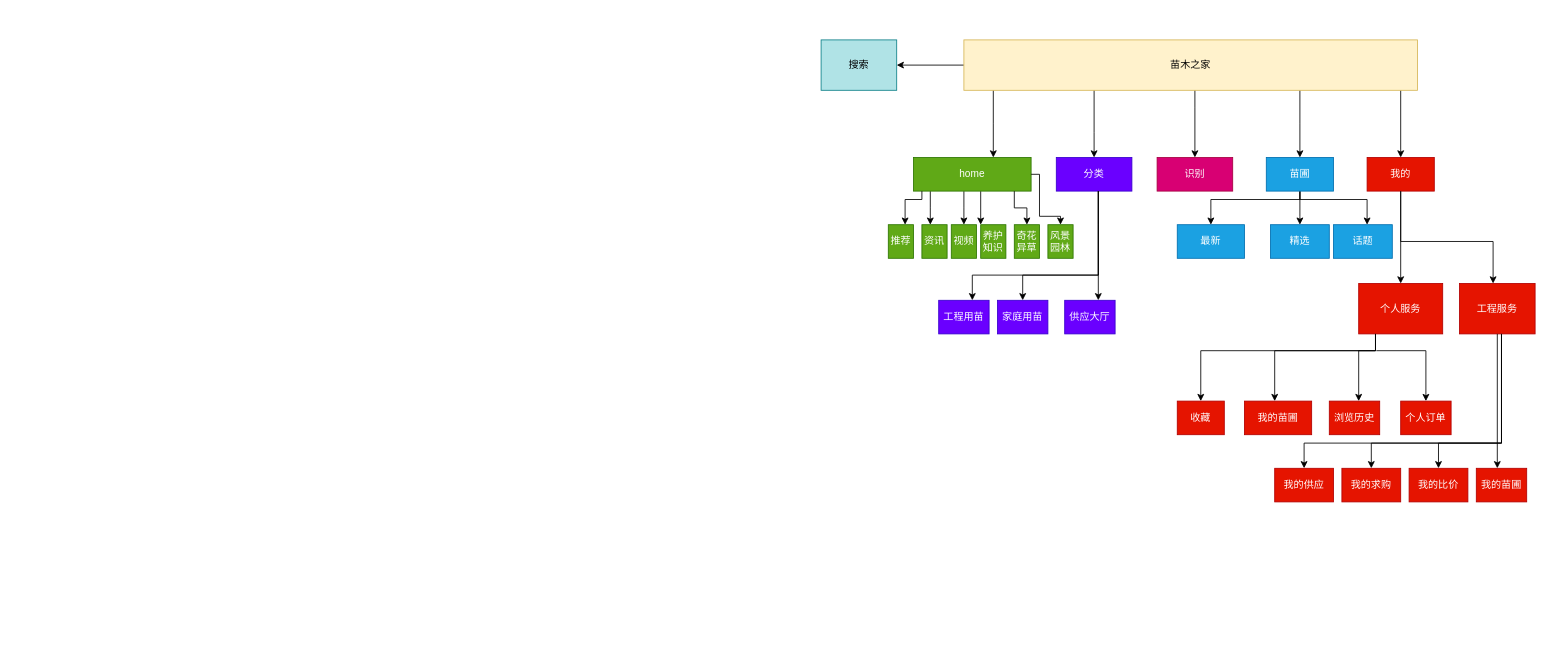
The draw.io diagram 未命名绘图.drawio in kookwe/learn, before the edit. Source tidied: cells renumbered, new cells numbered last; positions are measured from the earlier drawing's top-left corner, leaving out a move shared by most shapes. Both pictures are drawn from the tidied source at 84%, with x=0, y=0 at pixel (821, 39).
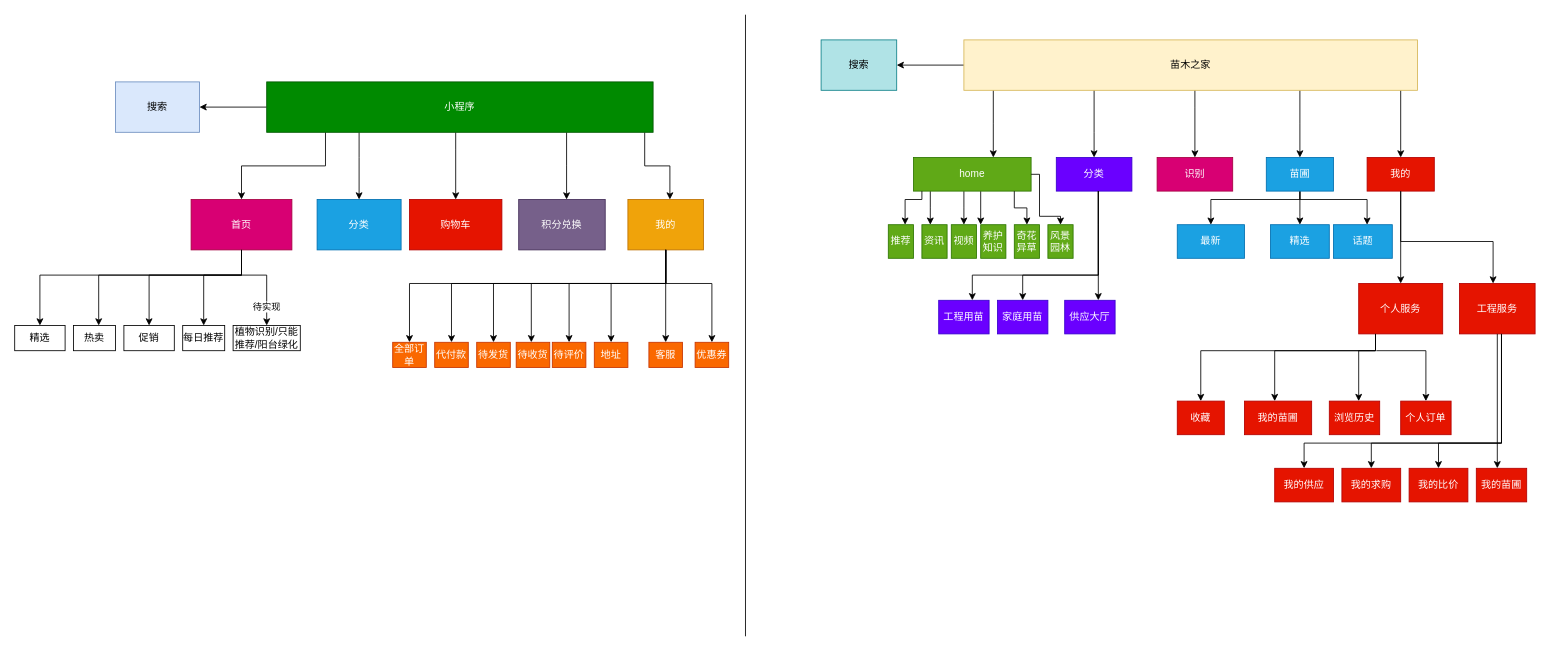
The same page after the edit.

Diff of the diagram source:
```diff
@@
+    <mxCell id="59" style="edgeStyle=orthogonalEdgeStyle;rounded=0;jettySize=auto;html=1;" parent="1" edge="1" source="65" target="73">
+      <mxGeometry relative="1" as="geometry">
+        <Array as="points">
+          <mxPoint x="-590" y="150" />
+          <mxPoint x="-690" y="150" />
+        </Array>
+      </mxGeometry>
+    </mxCell>
+    <mxCell id="60" style="edgeStyle=orthogonalEdgeStyle;rounded=0;jettySize=auto;html=1;" parent="1" edge="1" source="65" target="69">
+      <mxGeometry relative="1" as="geometry">
+        <Array as="points">
+          <mxPoint x="-550" y="140" />
+          <mxPoint x="-550" y="140" />
+        </Array>
+      </mxGeometry>
+    </mxCell>
+    <mxCell id="61" style="edgeStyle=orthogonalEdgeStyle;rounded=0;jettySize=auto;html=1;" parent="1" edge="1" source="65" target="68">
+      <mxGeometry relative="1" as="geometry">
+        <Array as="points">
+          <mxPoint x="-303" y="150" />
+          <mxPoint x="-303" y="150" />
+        </Array>
+      </mxGeometry>
+    </mxCell>
+    <mxCell id="62" style="edgeStyle=orthogonalEdgeStyle;rounded=0;jettySize=auto;html=1;" parent="1" edge="1" source="65" target="67">
+      <mxGeometry relative="1" as="geometry">
+        <Array as="points">
+          <mxPoint x="-435" y="130" />
+          <mxPoint x="-435" y="130" />
+        </Array>
+      </mxGeometry>
+    </mxCell>
+    <mxCell id="63" style="edgeStyle=orthogonalEdgeStyle;rounded=0;jettySize=auto;html=1;" parent="1" edge="1" source="65" target="76">
+      <mxGeometry relative="1" as="geometry">
+        <Array as="points">
+          <mxPoint x="-210" y="150" />
+          <mxPoint x="-180" y="150" />
+        </Array>
+      </mxGeometry>
+    </mxCell>
+    <mxCell id="64" style="edgeStyle=orthogonalEdgeStyle;rounded=0;jettySize=auto;html=1;" parent="1" edge="1" source="65" target="66">
+      <mxGeometry relative="1" as="geometry" />
+    </mxCell>
+    <mxCell id="65" value="小程序" style="rounded=0;whiteSpace=wrap;html=1;fillColor=#008a00;strokeColor=#005700;fontColor=#ffffff;" parent="1" vertex="1">
+      <mxGeometry x="-660" y="50" width="460" height="60" as="geometry" />
+    </mxCell>
+    <mxCell id="66" value="搜索" style="rounded=0;whiteSpace=wrap;html=1;fillColor=#dae8fc;strokeColor=#6c8ebf;" parent="1" vertex="1">
+      <mxGeometry x="-840" y="50" width="100" height="60" as="geometry" />
+    </mxCell>
+    <mxCell id="67" value="购物车" style="rounded=0;whiteSpace=wrap;html=1;fillColor=#e51400;strokeColor=#B20000;fontColor=#ffffff;" parent="1" vertex="1">
+      <mxGeometry x="-490" y="190" width="110" height="60" as="geometry" />
+    </mxCell>
+    <mxCell id="68" value="积分兑换" style="rounded=0;whiteSpace=wrap;html=1;fillColor=#76608a;strokeColor=#432D57;fontColor=#ffffff;" parent="1" vertex="1">
+      <mxGeometry x="-360" y="190" width="103" height="60" as="geometry" />
+    </mxCell>
+    <mxCell id="69" value="分类" style="rounded=0;whiteSpace=wrap;html=1;fillColor=#1ba1e2;strokeColor=#006EAF;fontColor=#ffffff;" parent="1" vertex="1">
+      <mxGeometry x="-600" y="190" width="100" height="60" as="geometry" />
+    </mxCell>
+    <mxCell id="70" style="edgeStyle=orthogonalEdgeStyle;rounded=0;jettySize=auto;html=1;" parent="1" edge="1" source="73" target="79">
+      <mxGeometry relative="1" as="geometry">
+        <Array as="points">
+          <mxPoint x="-690" y="280" />
+          <mxPoint x="-735" y="280" />
+        </Array>
+      </mxGeometry>
+    </mxCell>
+    <mxCell id="71" style="edgeStyle=orthogonalEdgeStyle;rounded=0;jettySize=auto;html=1;" parent="1" edge="1" source="73" target="74">
+      <mxGeometry relative="1" as="geometry">
+        <Array as="points">
+          <mxPoint x="-690" y="280" />
+          <mxPoint x="-660" y="280" />
+        </Array>
+      </mxGeometry>
+    </mxCell>
+    <mxCell id="72" value="待实现" style="edgeLabel;html=1;align=center;verticalAlign=middle;" parent="71" vertex="1">
+      <mxGeometry x="0.62" y="-1" relative="1" as="geometry" />
+    </mxCell>
+    <mxCell id="73" value="首页" style="rounded=0;whiteSpace=wrap;html=1;fillColor=#d80073;strokeColor=#A50040;fontColor=#ffffff;" parent="1" vertex="1">
+      <mxGeometry x="-750" y="190" width="120" height="60" as="geometry" />
+    </mxCell>
+    <mxCell id="74" value="植物识别/只能推荐/阳台绿化" style="rounded=0;whiteSpace=wrap;html=1;" parent="1" vertex="1">
+      <mxGeometry x="-700" y="340" width="80" height="30" as="geometry" />
+    </mxCell>
+    <mxCell id="75" style="edgeStyle=orthogonalEdgeStyle;rounded=0;jettySize=auto;html=1;" parent="1" edge="1" source="76" target="77">
+      <mxGeometry relative="1" as="geometry" />
+    </mxCell>
+    <mxCell id="76" value="我的" style="rounded=0;whiteSpace=wrap;html=1;fillColor=#f0a30a;strokeColor=#BD7000;fontColor=#ffffff;" parent="1" vertex="1">
+      <mxGeometry x="-230" y="190" width="90" height="60" as="geometry" />
+    </mxCell>
+    <mxCell id="77" value="客服" style="rounded=0;whiteSpace=wrap;html=1;fillColor=#fa6800;strokeColor=#C73500;fontColor=#ffffff;" parent="1" vertex="1">
+      <mxGeometry x="-205" y="360" width="40" height="30" as="geometry" />
+    </mxCell>
+    <mxCell id="78" style="endArrow=none;html=1;" parent="1" edge="1">
+      <mxGeometry relative="1" as="geometry">
+        <mxPoint x="-90" y="710" as="sourcePoint" />
+        <mxPoint x="-90" y="-30" as="targetPoint" />
+      </mxGeometry>
+    </mxCell>
+    <mxCell id="79" value="每日推荐" style="rounded=0;whiteSpace=wrap;html=1;" parent="1" vertex="1">
+      <mxGeometry x="-760" y="340" width="50" height="30" as="geometry" />
+    </mxCell>
+    <mxCell id="80" style="edgeStyle=orthogonalEdgeStyle;rounded=0;jettySize=auto;html=1;entryX=0.5;entryY=0;entryDx=0;entryDy=0;" parent="1" edge="1" source="73" target="84">
+      <mxGeometry relative="1" as="geometry">
+        <Array as="points">
+          <mxPoint x="-690" y="280" />
+          <mxPoint x="-800" y="280" />
+        </Array>
+      </mxGeometry>
+    </mxCell>
+    <mxCell id="81" style="edgeStyle=orthogonalEdgeStyle;rounded=0;orthogonalLoop=1;jettySize=auto;html=1;" parent="1" edge="1">
+      <mxGeometry relative="1" as="geometry">
+        <mxPoint x="-690" y="250" as="sourcePoint" />
+        <mxPoint x="-930" y="340" as="targetPoint" />
+        <Array as="points">
+          <mxPoint x="-690" y="280" />
+          <mxPoint x="-930" y="280" />
+        </Array>
+      </mxGeometry>
+    </mxCell>
+    <mxCell id="82" value="精选" style="rounded=0;whiteSpace=wrap;html=1;" parent="1" vertex="1">
+      <mxGeometry x="-960" y="340" width="60" height="30" as="geometry" />
+    </mxCell>
+    <mxCell id="83" value="热卖" style="rounded=0;whiteSpace=wrap;html=1;" parent="1" vertex="1">
+      <mxGeometry x="-890" y="340" width="50" height="30" as="geometry" />
+    </mxCell>
+    <mxCell id="84" value="促销" style="rounded=0;whiteSpace=wrap;html=1;" parent="1" vertex="1">
+      <mxGeometry x="-830" y="340" width="60" height="30" as="geometry" />
+    </mxCell>
+    <mxCell id="85" style="edgeStyle=orthogonalEdgeStyle;rounded=0;orthogonalLoop=1;jettySize=auto;html=1;" parent="1" edge="1">
+      <mxGeometry relative="1" as="geometry">
+        <mxPoint x="-690" y="250" as="sourcePoint" />
+        <mxPoint x="-860" y="340" as="targetPoint" />
+        <Array as="points">
+          <mxPoint x="-690" y="280" />
+          <mxPoint x="-860" y="280" />
+          <mxPoint x="-860" y="340" />
+        </Array>
+      </mxGeometry>
+    </mxCell>
+    <mxCell id="86" style="edgeStyle=orthogonalEdgeStyle;rounded=0;jettySize=auto;html=1;" parent="1" edge="1" source="76">
+      <mxGeometry relative="1" as="geometry">
+        <mxPoint x="-490" y="360" as="targetPoint" />
+        <Array as="points">
+          <mxPoint x="-185" y="290" />
+          <mxPoint x="-490" y="290" />
+          <mxPoint x="-490" y="360" />
+        </Array>
+      </mxGeometry>
+    </mxCell>
+    <mxCell id="87" style="edgeStyle=orthogonalEdgeStyle;rounded=0;jettySize=auto;html=1;" parent="1" edge="1" source="76">
+      <mxGeometry relative="1" as="geometry">
+        <mxPoint x="-440" y="360" as="targetPoint" />
+        <Array as="points">
+          <mxPoint x="-185" y="290" />
+          <mxPoint x="-440" y="290" />
+          <mxPoint x="-440" y="360" />
+        </Array>
+      </mxGeometry>
+    </mxCell>
+    <mxCell id="88" style="edgeStyle=orthogonalEdgeStyle;rounded=0;jettySize=auto;html=1;" parent="1" edge="1" source="76">
+      <mxGeometry relative="1" as="geometry">
+        <mxPoint x="-130" y="360" as="targetPoint" />
+        <Array as="points">
+          <mxPoint x="-185" y="290" />
+          <mxPoint x="-130" y="290" />
+        </Array>
+      </mxGeometry>
+    </mxCell>
+    <mxCell id="89" value="全部订单" style="rounded=0;whiteSpace=wrap;html=1;fillColor=#fa6800;strokeColor=#C73500;fontColor=#ffffff;" parent="1" vertex="1">
+      <mxGeometry x="-510" y="360" width="40" height="30" as="geometry" />
+    </mxCell>
+    <mxCell id="90" value="代付款" style="rounded=0;whiteSpace=wrap;html=1;fillColor=#fa6800;strokeColor=#C73500;fontColor=#ffffff;" parent="1" vertex="1">
+      <mxGeometry x="-460" y="360" width="40" height="30" as="geometry" />
+    </mxCell>
+    <mxCell id="91" value="待发货" style="rounded=0;whiteSpace=wrap;html=1;fillColor=#fa6800;strokeColor=#C73500;fontColor=#ffffff;" parent="1" vertex="1">
+      <mxGeometry x="-410" y="360" width="40" height="30" as="geometry" />
+    </mxCell>
+    <mxCell id="92" style="edgeStyle=orthogonalEdgeStyle;rounded=0;jettySize=auto;html=1;" parent="1" edge="1" source="76">
+      <mxGeometry relative="1" as="geometry">
+        <mxPoint x="-390" y="360" as="targetPoint" />
+        <Array as="points">
+          <mxPoint x="-185" y="290" />
+          <mxPoint x="-390" y="290" />
+          <mxPoint x="-390" y="360" />
+        </Array>
+      </mxGeometry>
+    </mxCell>
+    <mxCell id="93" style="edgeStyle=orthogonalEdgeStyle;rounded=0;jettySize=auto;html=1;exitX=0.5;exitY=1;exitDx=0;exitDy=0;" parent="1" edge="1" source="76">
+      <mxGeometry relative="1" as="geometry">
+        <mxPoint x="-345" y="360" as="targetPoint" />
+        <Array as="points">
+          <mxPoint x="-185" y="290" />
+          <mxPoint x="-345" y="290" />
+        </Array>
+      </mxGeometry>
+    </mxCell>
+    <mxCell id="94" value="待收货" style="rounded=0;whiteSpace=wrap;html=1;fillColor=#fa6800;strokeColor=#C73500;fontColor=#ffffff;" parent="1" vertex="1">
+      <mxGeometry x="-363" y="360" width="40" height="30" as="geometry" />
+    </mxCell>
+    <mxCell id="95" style="edgeStyle=orthogonalEdgeStyle;rounded=0;jettySize=auto;html=1;exitX=0.5;exitY=1;exitDx=0;exitDy=0;" parent="1" edge="1" source="76">
+      <mxGeometry relative="1" as="geometry">
+        <mxPoint x="-300" y="360" as="targetPoint" />
+        <Array as="points">
+          <mxPoint x="-185" y="290" />
+          <mxPoint x="-300" y="290" />
+          <mxPoint x="-300" y="360" />
+        </Array>
+      </mxGeometry>
+    </mxCell>
+    <mxCell id="96" value="待评价" style="rounded=0;whiteSpace=wrap;html=1;fillColor=#fa6800;strokeColor=#C73500;fontColor=#ffffff;" parent="1" vertex="1">
+      <mxGeometry x="-320" y="360" width="40" height="30" as="geometry" />
+    </mxCell>
+    <mxCell id="97" style="edgeStyle=orthogonalEdgeStyle;rounded=0;jettySize=auto;html=1;exitX=0.5;exitY=1;exitDx=0;exitDy=0;" parent="1" edge="1" source="76">
+      <mxGeometry relative="1" as="geometry">
+        <mxPoint x="-250" y="360" as="targetPoint" />
+        <Array as="points">
+          <mxPoint x="-185" y="290" />
+          <mxPoint x="-250" y="290" />
+          <mxPoint x="-250" y="360" />
+        </Array>
+      </mxGeometry>
+    </mxCell>
+    <mxCell id="98" value="地址" style="rounded=0;whiteSpace=wrap;html=1;fillColor=#fa6800;strokeColor=#C73500;fontColor=#ffffff;" parent="1" vertex="1">
+      <mxGeometry x="-270" y="360" width="40" height="30" as="geometry" />
+    </mxCell>
+    <mxCell id="99" value="优惠券" style="rounded=0;whiteSpace=wrap;html=1;fillColor=#fa6800;strokeColor=#C73500;fontColor=#ffffff;" parent="1" vertex="1">
+      <mxGeometry x="-150" y="360" width="40" height="30" as="geometry" />
+    </mxCell>
```
